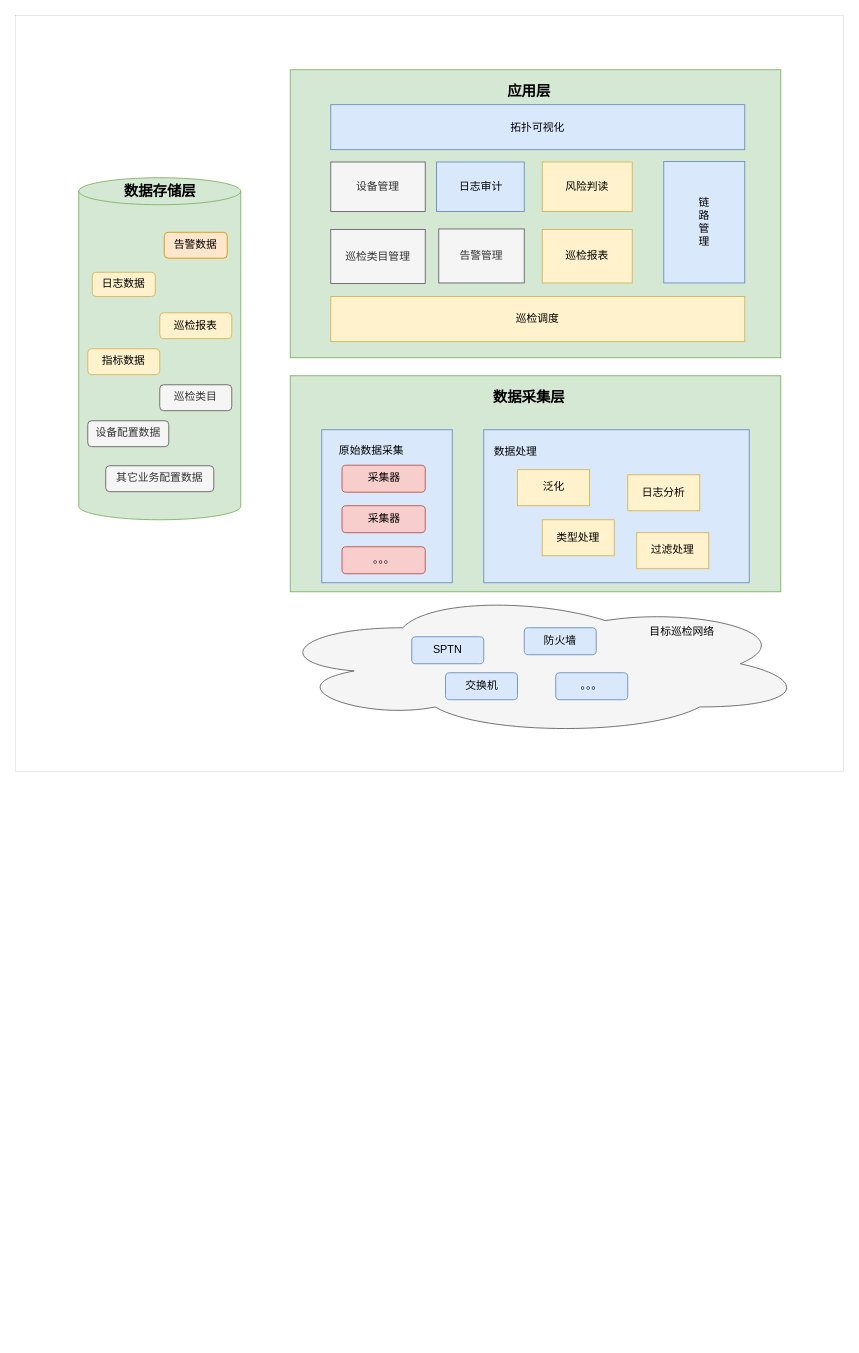
Before: 架构.drawio in wdmlsx/xunjian, a draw.io diagram. Source tidied: cells renumbered, new cells numbered last; positions are measured from the earlier drawing's top-left corner, leaving out a move shared by most shapes. Both pictures are drawn from the tidied source at 90%, with x=0, y=0 at pixel (15, 15).
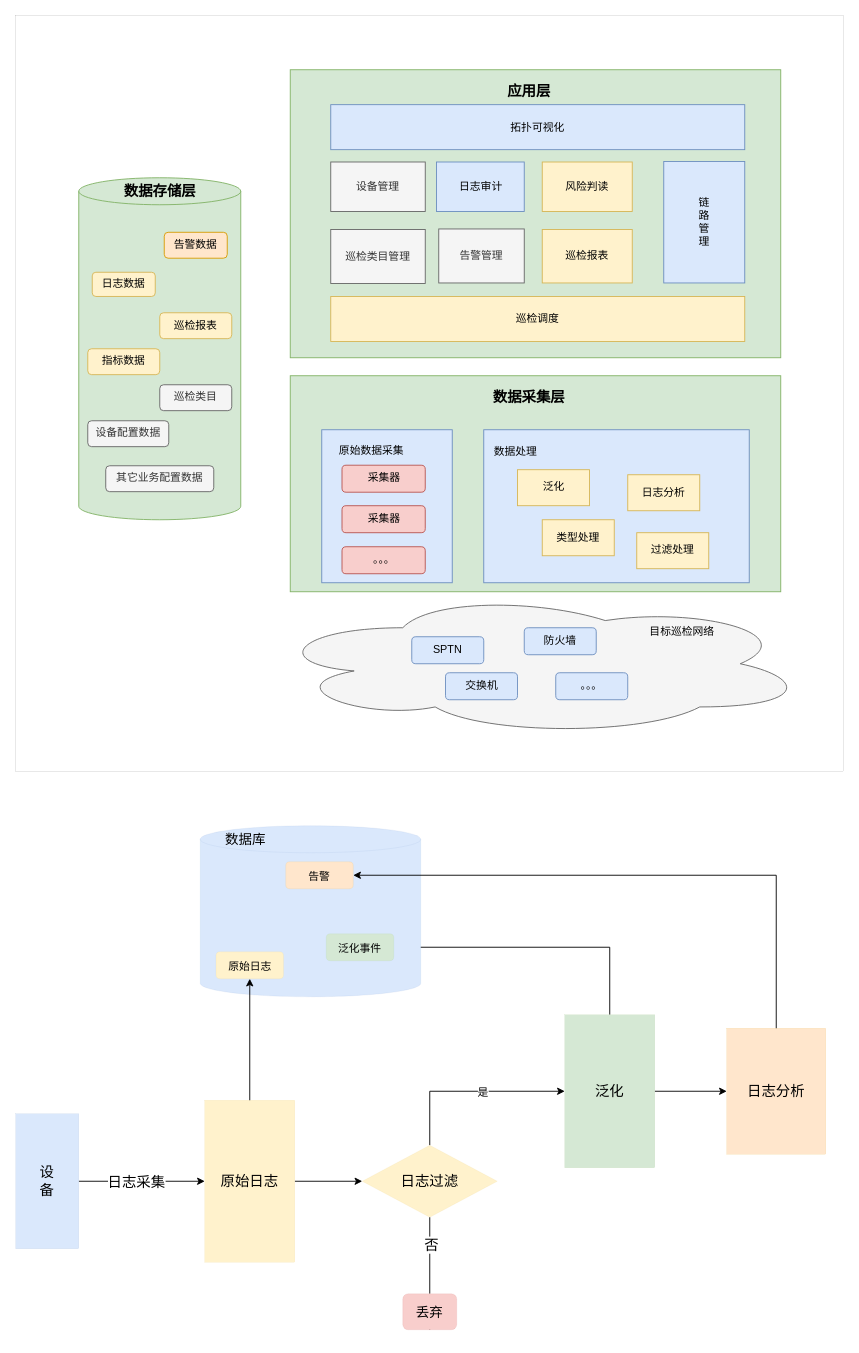
After the change.

The edit, as a diff of the source:
```diff
@@
+    <mxCell id="42" style="edgeStyle=orthogonalEdgeStyle;rounded=0;jettySize=auto;html=1;fontSize=16;" parent="1" edge="1" source="43" target="53">
+      <mxGeometry relative="1" as="geometry" />
+    </mxCell>
+    <mxCell id="43" value="原始日志" style="rounded=0;whiteSpace=wrap;html=1;strokeWidth=0;fontSize=16;fillColor=#fff2cc;strokeColor=#d6b656;" parent="1" vertex="1">
+      <mxGeometry x="210" y="1205" width="100" height="180" as="geometry" />
+    </mxCell>
+    <mxCell id="44" style="edgeStyle=orthogonalEdgeStyle;rounded=0;jettySize=auto;html=1;entryX=0;entryY=0.5;entryDx=0;entryDy=0;fontSize=16;" parent="1" edge="1" source="46" target="43">
+      <mxGeometry relative="1" as="geometry" />
+    </mxCell>
+    <mxCell id="45" value="日志采集" style="edgeLabel;html=1;align=center;verticalAlign=middle;fontSize=16;" parent="44" vertex="1">
+      <mxGeometry x="-0.27" relative="1" as="geometry">
+        <mxPoint x="12" as="offset" />
+      </mxGeometry>
+    </mxCell>
+    <mxCell id="46" value="设&lt;br&gt;备" style="rounded=0;whiteSpace=wrap;html=1;strokeWidth=0;fontSize=16;fillColor=#dae8fc;strokeColor=#6c8ebf;" parent="1" vertex="1">
+      <mxGeometry y="1220" width="70" height="150" as="geometry" />
+    </mxCell>
+    <mxCell id="47" style="edgeStyle=orthogonalEdgeStyle;rounded=0;jettySize=auto;html=1;fontSize=12;" parent="1" edge="1" source="49" target="54">
+      <mxGeometry relative="1" as="geometry" />
+    </mxCell>
+    <mxCell id="48" style="edgeStyle=orthogonalEdgeStyle;rounded=0;jettySize=auto;html=1;entryX=1;entryY=0.5;entryDx=0;entryDy=0;fontSize=12;" parent="1" edge="1" source="49" target="61">
+      <mxGeometry relative="1" as="geometry">
+        <Array as="points">
+          <mxPoint x="660" y="1035" />
+        </Array>
+      </mxGeometry>
+    </mxCell>
+    <mxCell id="49" value="泛化" style="rounded=0;whiteSpace=wrap;html=1;strokeWidth=0;fontSize=16;fillColor=#d5e8d4;strokeColor=#82b366;" parent="1" vertex="1">
+      <mxGeometry x="610" y="1110" width="100" height="170" as="geometry" />
+    </mxCell>
+    <mxCell id="50" style="edgeStyle=orthogonalEdgeStyle;rounded=0;jettySize=auto;html=1;exitX=0.5;exitY=1;exitDx=0;exitDy=0;fontSize=16;startArrow=none;" parent="1" edge="1" source="58">
+      <mxGeometry relative="1" as="geometry">
+        <mxPoint x="460" y="1440" as="targetPoint" />
+      </mxGeometry>
+    </mxCell>
+    <mxCell id="51" style="edgeStyle=orthogonalEdgeStyle;rounded=0;jettySize=auto;html=1;entryX=0;entryY=0.5;entryDx=0;entryDy=0;fontSize=15;" parent="1" edge="1" source="53" target="49">
+      <mxGeometry relative="1" as="geometry">
+        <Array as="points">
+          <mxPoint x="460" y="1195" />
+        </Array>
+      </mxGeometry>
+    </mxCell>
+    <mxCell id="52" value="是" style="edgeLabel;html=1;align=center;verticalAlign=middle;fontSize=12;" parent="51" vertex="1">
+      <mxGeometry x="0.12" y="-1" relative="1" as="geometry" />
+    </mxCell>
+    <mxCell id="53" value="日志过滤" style="rhombus;whiteSpace=wrap;html=1;strokeWidth=0;fontSize=16;fillColor=#fff2cc;strokeColor=#d6b656;" parent="1" vertex="1">
+      <mxGeometry x="385" y="1255" width="150" height="80" as="geometry" />
+    </mxCell>
+    <mxCell id="54" value="日志分析" style="rounded=0;whiteSpace=wrap;html=1;strokeWidth=0;fontSize=16;fillColor=#ffe6cc;strokeColor=#d79b00;" parent="1" vertex="1">
+      <mxGeometry x="790" y="1125" width="110" height="140" as="geometry" />
+    </mxCell>
+    <mxCell id="55" style="shape=cylinder3;whiteSpace=wrap;html=1;boundedLbl=1;backgroundOutline=1;size=15;strokeWidth=0;fontSize=15;fillColor=#dae8fc;strokeColor=#6c8ebf;" parent="1" vertex="1">
+      <mxGeometry x="205" y="900" width="245" height="190" as="geometry" />
+    </mxCell>
+    <mxCell id="56" style="edgeStyle=orthogonalEdgeStyle;rounded=0;jettySize=auto;html=1;exitX=0.5;exitY=1;exitDx=0;exitDy=0;fontSize=16;endArrow=none;" parent="1" edge="1" source="53" target="58">
+      <mxGeometry relative="1" as="geometry" />
+    </mxCell>
+    <mxCell id="57" value="否" style="edgeLabel;html=1;align=center;verticalAlign=middle;fontSize=16;" parent="56" vertex="1">
+      <mxGeometry x="-0.3" y="1" relative="1" as="geometry" />
+    </mxCell>
+    <mxCell id="58" value="丢弃" style="rounded=1;whiteSpace=wrap;html=1;strokeWidth=0;fontSize=15;fillColor=#f8cecc;strokeColor=#b85450;" parent="1" vertex="1">
+      <mxGeometry x="430" y="1420" width="60" height="40" as="geometry" />
+    </mxCell>
+    <mxCell id="59" value="数据库" style="text;html=1;align=center;verticalAlign=middle;strokeColor=none;fillColor=none;fontSize=15;" parent="1" vertex="1">
+      <mxGeometry x="220" y="900" width="70" height="30" as="geometry" />
+    </mxCell>
+    <mxCell id="60" value="&lt;font style=&quot;font-size: 12px;&quot;&gt;原始日志&lt;/font&gt;" style="rounded=1;whiteSpace=wrap;html=1;strokeWidth=0;fontSize=15;fillColor=#fff2cc;strokeColor=#d6b656;" parent="1" vertex="1">
+      <mxGeometry x="222.5" y="1040" width="75" height="30" as="geometry" />
+    </mxCell>
+    <mxCell id="61" value="&lt;span style=&quot;font-size: 12px;&quot;&gt;泛化事件&lt;/span&gt;" style="rounded=1;whiteSpace=wrap;html=1;strokeWidth=0;fontSize=15;fillColor=#d5e8d4;strokeColor=#82b366;" parent="1" vertex="1">
+      <mxGeometry x="345" y="1020" width="75" height="30" as="geometry" />
+    </mxCell>
+    <mxCell id="62" value="&lt;span style=&quot;font-size: 12px;&quot;&gt;告警&lt;/span&gt;" style="rounded=1;whiteSpace=wrap;html=1;strokeWidth=0;fontSize=15;fillColor=#ffe6cc;strokeColor=#d79b00;" parent="1" vertex="1">
+      <mxGeometry x="300" y="940" width="75" height="30" as="geometry" />
+    </mxCell>
+    <mxCell id="63" style="edgeStyle=orthogonalEdgeStyle;rounded=0;jettySize=auto;html=1;entryX=1;entryY=0.5;entryDx=0;entryDy=0;fontSize=12;" parent="1" edge="1" source="54" target="62">
+      <mxGeometry relative="1" as="geometry">
+        <Array as="points">
+          <mxPoint x="845" y="955" />
+        </Array>
+      </mxGeometry>
+    </mxCell>
+    <mxCell id="64" style="edgeStyle=orthogonalEdgeStyle;rounded=0;jettySize=auto;html=1;fontSize=12;" parent="1" edge="1" source="43" target="60">
+      <mxGeometry relative="1" as="geometry" />
+    </mxCell>
```
